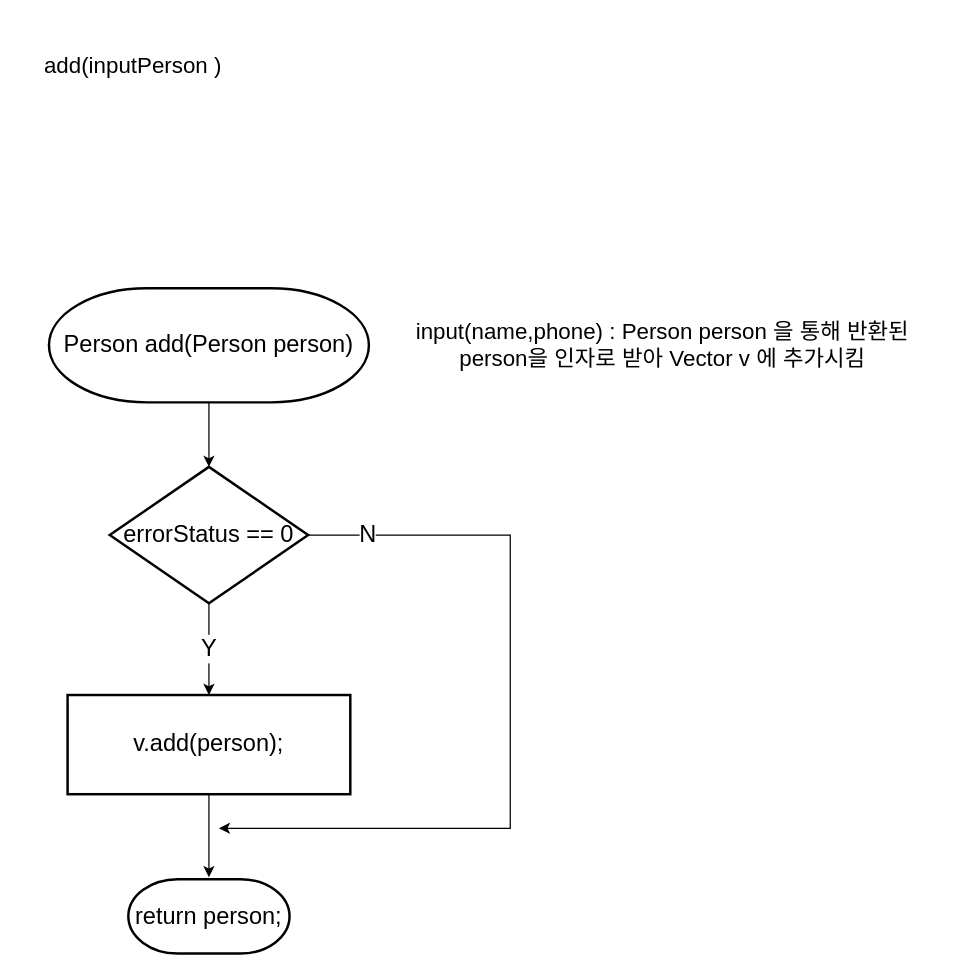
Above: 순서도/Add 기능 순서도_java.drawio in skatld123/PH_list_java (draw.io), before the change. Source tidied: cells renumbered, new cells numbered last; positions are measured from the earlier drawing's top-left corner, leaving out a move shared by most shapes. Both pictures are drawn from the tidied source at 124%, with x=0, y=0 at pixel (21, 21).
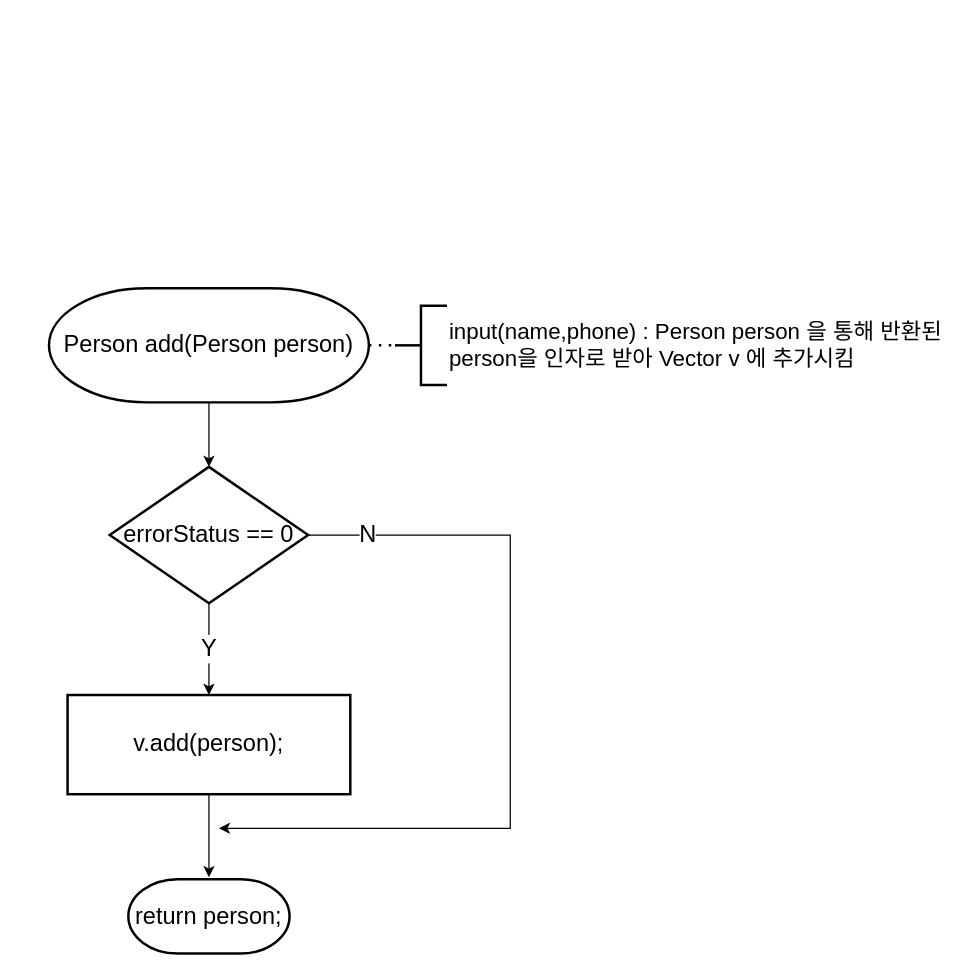
The same diagram, later.

Commit message:
Add 기능 순서도_java.drawio 업데이트

Change to the diagram source:
```diff
@@
 <mxGraphModel>
   <root>
     <mxCell id="0" />
     <mxCell id="1" parent="0" />
-    <mxCell id="2" value="&amp;nbsp;&lt;br style=&quot;font-size: 18px;&quot;&gt;add(&lt;span style=&quot;font-size: 18px;&quot;&gt;inputPerson&amp;nbsp;&lt;/span&gt;)" style="text;html=1;strokeColor=none;fillColor=none;align=center;verticalAlign=middle;whiteSpace=wrap;rounded=0;fontSize=18;" parent="1" vertex="1">
-      <mxGeometry width="180" height="50" as="geometry" />
-    </mxCell>
     <mxCell id="3" style="edgeStyle=orthogonalEdgeStyle;rounded=0;jettySize=auto;html=1;fontSize=19;" parent="1" edge="1" source="4" target="10">
       <mxGeometry relative="1" as="geometry" />
     </mxCell>
     <mxCell id="4" value="&lt;span style=&quot;text-align: left ; font-size: 19px&quot;&gt;Person add(Person person)&lt;/span&gt;" style="strokeWidth=2;html=1;shape=mxgraph.flowchart.terminator;whiteSpace=wrap;fontSize=19;" parent="1" vertex="1">
       <mxGeometry x="22" y="215" width="258" height="92" as="geometry" />
     </mxCell>
     <mxCell id="5" value="return person;" style="strokeWidth=2;html=1;shape=mxgraph.flowchart.terminator;whiteSpace=wrap;fontSize=19;" parent="1" vertex="1">
       <mxGeometry x="86" y="691.5" width="130" height="60" as="geometry" />
     </mxCell>
     <mxCell id="6" style="edgeStyle=orthogonalEdgeStyle;rounded=0;jettySize=auto;html=1;entryX=0.5;entryY=0;entryDx=0;entryDy=0;fontSize=19;" parent="1" edge="1" source="7">
       <mxGeometry relative="1" as="geometry">
         <mxPoint x="151" y="690" as="targetPoint" />
       </mxGeometry>
     </mxCell>
     <mxCell id="7" value="&lt;p style=&quot;line-height: 140% ; font-size: 19px&quot;&gt;&lt;span style=&quot;font-size: 19px&quot;&gt;v.add(&lt;font face=&quot;helvetica&quot;&gt;person&lt;/font&gt;&lt;/span&gt;&lt;span style=&quot;font-size: 19px&quot;&gt;);&lt;/span&gt;&lt;br style=&quot;font-size: 19px&quot;&gt;&lt;/p&gt;" style="rounded=1;whiteSpace=wrap;html=1;absoluteArcSize=1;arcSize=0;strokeWidth=2;align=center;fontSize=19;" parent="1" vertex="1">
       <mxGeometry x="37" y="543" width="228" height="80" as="geometry" />
     </mxCell>
     <mxCell id="8" value="Y" style="edgeStyle=orthogonalEdgeStyle;rounded=0;jettySize=auto;html=1;entryX=0.5;entryY=0;entryDx=0;entryDy=0;fontSize=19;exitX=0.5;exitY=1;exitDx=0;exitDy=0;exitPerimeter=0;" parent="1" edge="1" source="10" target="7">
       <mxGeometry relative="1" as="geometry" />
     </mxCell>
     <mxCell id="9" value="N" style="edgeStyle=orthogonalEdgeStyle;rounded=0;jettySize=auto;html=1;exitX=1;exitY=0.5;exitDx=0;exitDy=0;exitPerimeter=0;fontSize=19;" parent="1" edge="1" source="10">
       <mxGeometry x="-0.85" relative="1" as="geometry">
         <mxPoint x="159" y="650.5" as="targetPoint" />
         <Array as="points">
           <mxPoint x="394" y="414.5" />
           <mxPoint x="394" y="650.5" />
         </Array>
       </mxGeometry>
     </mxCell>
     <mxCell id="10" value="errorStatus == 0" style="strokeWidth=2;html=1;shape=mxgraph.flowchart.decision;whiteSpace=wrap;fontSize=19;" parent="1" vertex="1">
       <mxGeometry x="71" y="359" width="160" height="110" as="geometry" />
     </mxCell>
-    <mxCell id="11" value="input(name,phone) : Person person 을 통해 반환된 &lt;br&gt;person을 인자로 받아 Vector v 에 추가시킴" style="text;html=1;strokeColor=none;fillColor=none;align=center;verticalAlign=middle;whiteSpace=wrap;rounded=0;fontSize=18;" parent="1" vertex="1">
-      <mxGeometry x="303" y="198.5" width="428" height="125" as="geometry" />
+    <mxCell id="11" value="&lt;span style=&quot;font-size: 18px ; text-align: center&quot;&gt;input(name,phone) : Person person 을 통해 반환된&lt;/span&gt;&lt;br style=&quot;font-size: 18px ; text-align: center&quot;&gt;&lt;span style=&quot;font-size: 18px ; text-align: center&quot;&gt;person을 인자로 받아 Vector v 에 추가시킴&lt;/span&gt;" style="strokeWidth=2;html=1;shape=mxgraph.flowchart.annotation_2;align=left;labelPosition=right;fontSize=15;" parent="1" vertex="1">
+      <mxGeometry x="301" y="229" width="42" height="64" as="geometry" />
     </mxCell>
+    <mxCell id="12" style="endArrow=none;dashed=1;html=1;dashPattern=1 3;strokeWidth=2;fontSize=15;entryX=0;entryY=0.5;entryDx=0;entryDy=0;entryPerimeter=0;exitX=1;exitY=0.5;exitDx=0;exitDy=0;exitPerimeter=0;" parent="1" edge="1" source="4" target="11">
+      <mxGeometry relative="1" as="geometry" />
+    </mxCell>
   </root>
 </mxGraphModel>
```
